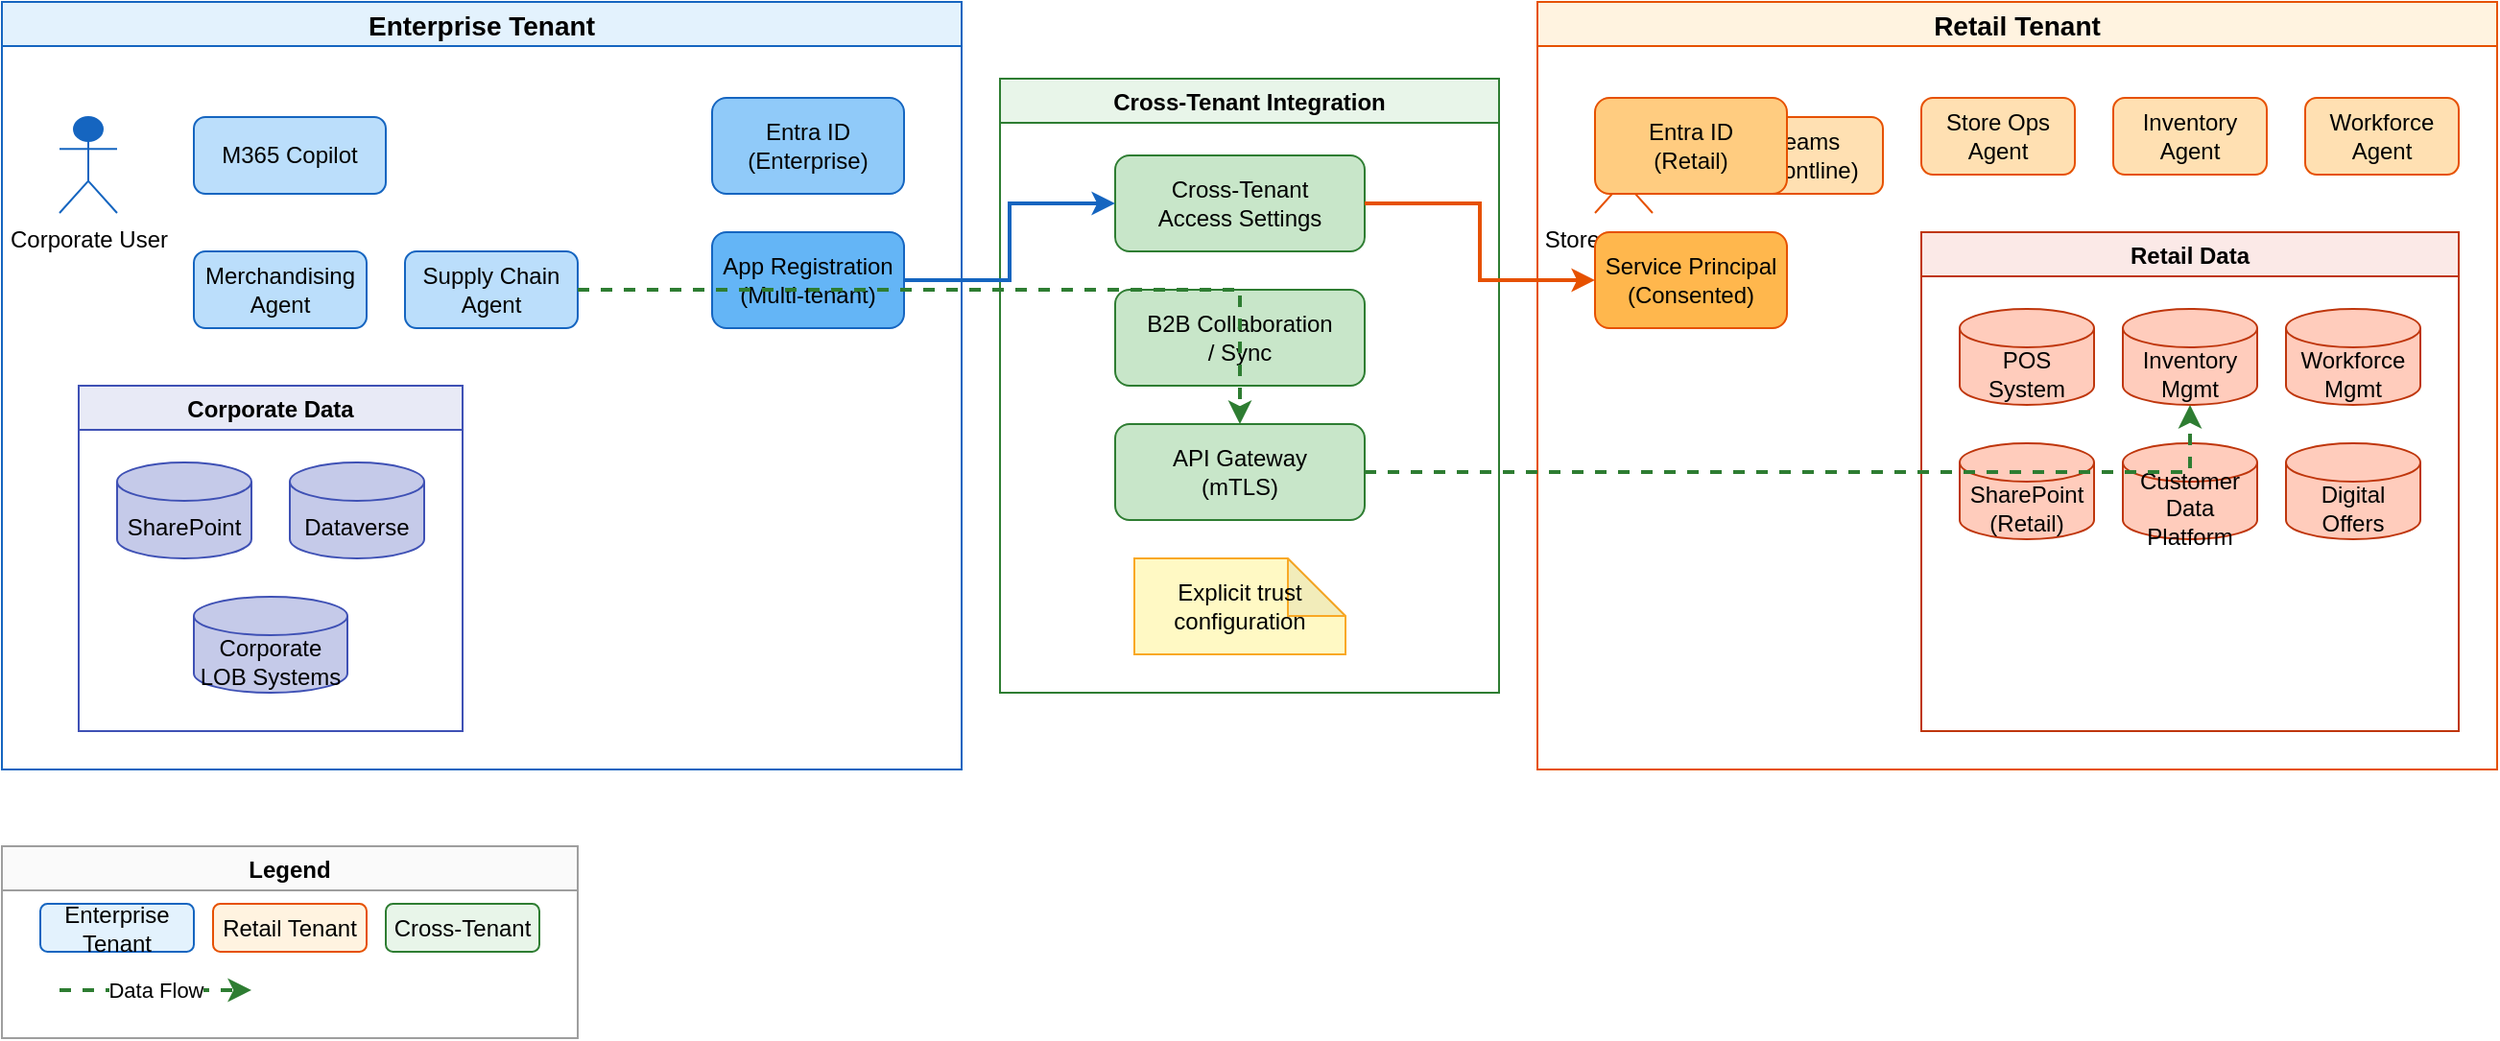
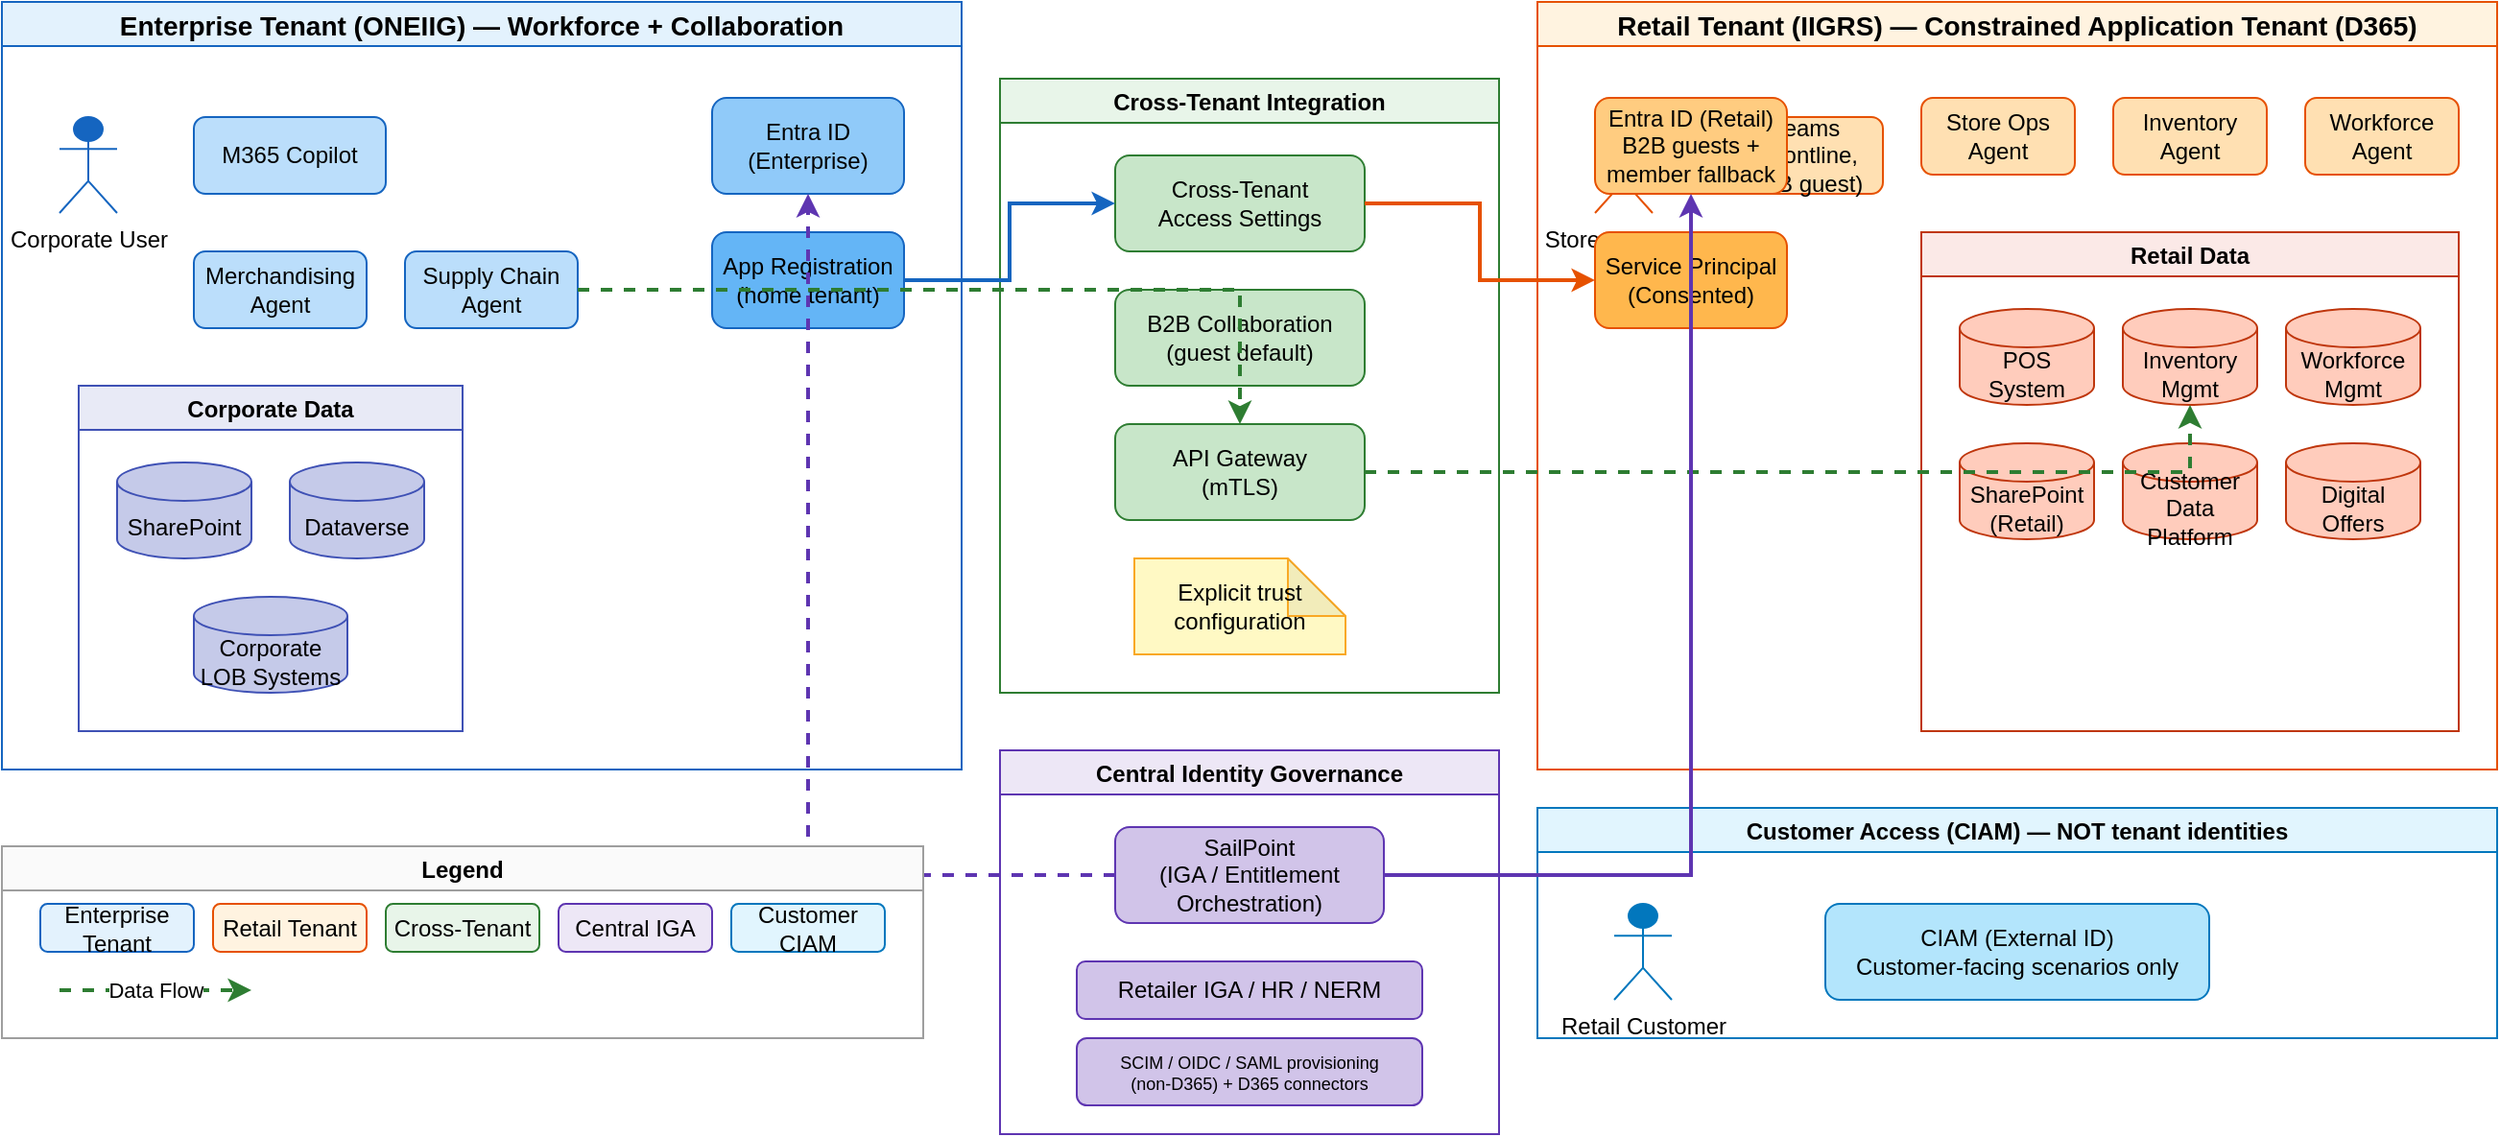
<?xml version="1.0" encoding="UTF-8"?>
<mxfile host="app.diagrams.net" modified="2026-03-24T01:30:00.000Z" agent="M365 Agents Architecture" version="21.0.0" type="device">
  <diagram name="Dual-Tenant Architecture" id="dual-tenant">
    <mxGraphModel dx="1200" dy="900" grid="1" gridSize="10" guides="1" tooltips="1" connect="1" arrows="1" fold="1" page="1" pageScale="1" pageWidth="1400" pageHeight="900" math="0" shadow="0">
      <root>
        <mxCell id="0" />
        <mxCell id="1" parent="0" />

        <!-- Enterprise Tenant -->
-         <mxCell id="enterprise-tenant" value="Enterprise Tenant" style="swimlane;fillColor=#E3F2FD;strokeColor=#1565C0;fontStyle=1;fontSize=14" vertex="1" parent="1">
+         <mxCell id="enterprise-tenant" value="Enterprise Tenant (ONEIIG) — Workforce + Collaboration" style="swimlane;fillColor=#E3F2FD;strokeColor=#1565C0;fontStyle=1;fontSize=14" vertex="1" parent="1">
          <mxGeometry x="40" y="40" width="500" height="400" as="geometry" />
        </mxCell>

        <!-- Corporate User -->
        <mxCell id="corp-user" value="Corporate User" style="shape=umlActor;verticalLabelPosition=bottom;verticalAlign=top;html=1;outlineConnect=0;fillColor=#1565C0;strokeColor=#1565C0" vertex="1" parent="enterprise-tenant">
          <mxGeometry x="30" y="60" width="30" height="50" as="geometry" />
        </mxCell>

        <!-- M365 Copilot -->
        <mxCell id="corp-copilot" value="M365 Copilot" style="rounded=1;whiteSpace=wrap;html=1;fillColor=#BBDEFB;strokeColor=#1565C0" vertex="1" parent="enterprise-tenant">
          <mxGeometry x="100" y="60" width="100" height="40" as="geometry" />
        </mxCell>

        <!-- Enterprise Identity -->
        <mxCell id="ent-identity" value="Entra ID&#xa;(Enterprise)" style="rounded=1;whiteSpace=wrap;html=1;fillColor=#90CAF9;strokeColor=#1565C0" vertex="1" parent="enterprise-tenant">
          <mxGeometry x="370" y="50" width="100" height="50" as="geometry" />
        </mxCell>

        <!-- App Registration -->
-         <mxCell id="app-reg" value="App Registration&#xa;(Multi-tenant)" style="rounded=1;whiteSpace=wrap;html=1;fillColor=#64B5F6;strokeColor=#1565C0" vertex="1" parent="enterprise-tenant">
+         <mxCell id="app-reg" value="App Registration&#xa;(home tenant)" style="rounded=1;whiteSpace=wrap;html=1;fillColor=#64B5F6;strokeColor=#1565C0" vertex="1" parent="enterprise-tenant">
          <mxGeometry x="370" y="120" width="100" height="50" as="geometry" />
        </mxCell>

        <!-- Corporate Agents -->
        <mxCell id="merch-agent" value="Merchandising&#xa;Agent" style="rounded=1;whiteSpace=wrap;html=1;fillColor=#BBDEFB;strokeColor=#1565C0" vertex="1" parent="enterprise-tenant">
          <mxGeometry x="100" y="130" width="90" height="40" as="geometry" />
        </mxCell>
        <mxCell id="supply-agent" value="Supply Chain&#xa;Agent" style="rounded=1;whiteSpace=wrap;html=1;fillColor=#BBDEFB;strokeColor=#1565C0" vertex="1" parent="enterprise-tenant">
          <mxGeometry x="210" y="130" width="90" height="40" as="geometry" />
        </mxCell>

        <!-- Corporate Data -->
        <mxCell id="corp-data-box" value="Corporate Data" style="swimlane;fillColor=#E8EAF6;strokeColor=#3F51B5" vertex="1" parent="enterprise-tenant">
          <mxGeometry x="40" y="200" width="200" height="180" as="geometry" />
        </mxCell>
        <mxCell id="corp-sp" value="SharePoint" style="shape=cylinder3;whiteSpace=wrap;html=1;boundedLbl=1;backgroundOutline=1;size=10;fillColor=#C5CAE9;strokeColor=#3F51B5" vertex="1" parent="corp-data-box">
          <mxGeometry x="20" y="40" width="70" height="50" as="geometry" />
        </mxCell>
        <mxCell id="corp-dv" value="Dataverse" style="shape=cylinder3;whiteSpace=wrap;html=1;boundedLbl=1;backgroundOutline=1;size=10;fillColor=#C5CAE9;strokeColor=#3F51B5" vertex="1" parent="corp-data-box">
          <mxGeometry x="110" y="40" width="70" height="50" as="geometry" />
        </mxCell>
        <mxCell id="corp-lob" value="Corporate&#xa;LOB Systems" style="shape=cylinder3;whiteSpace=wrap;html=1;boundedLbl=1;backgroundOutline=1;size=10;fillColor=#C5CAE9;strokeColor=#3F51B5" vertex="1" parent="corp-data-box">
          <mxGeometry x="60" y="110" width="80" height="50" as="geometry" />
        </mxCell>

        <!-- Retail Tenant -->
-         <mxCell id="retail-tenant" value="Retail Tenant" style="swimlane;fillColor=#FFF3E0;strokeColor=#E65100;fontStyle=1;fontSize=14" vertex="1" parent="1">
+         <mxCell id="retail-tenant" value="Retail Tenant (IIGRS) — Constrained Application Tenant (D365)" style="swimlane;fillColor=#FFF3E0;strokeColor=#E65100;fontStyle=1;fontSize=14" vertex="1" parent="1">
          <mxGeometry x="840" y="40" width="500" height="400" as="geometry" />
        </mxCell>

        <!-- Store Associate -->
        <mxCell id="store-user" value="Store Associate" style="shape=umlActor;verticalLabelPosition=bottom;verticalAlign=top;html=1;outlineConnect=0;fillColor=#E65100;strokeColor=#E65100" vertex="1" parent="retail-tenant">
          <mxGeometry x="30" y="60" width="30" height="50" as="geometry" />
        </mxCell>

        <!-- Teams Frontline -->
-         <mxCell id="retail-teams" value="Teams&#xa;(Frontline)" style="rounded=1;whiteSpace=wrap;html=1;fillColor=#FFE0B2;strokeColor=#E65100" vertex="1" parent="retail-tenant">
+         <mxCell id="retail-teams" value="Teams&#xa;(Frontline, B2B guest)" style="rounded=1;whiteSpace=wrap;html=1;fillColor=#FFE0B2;strokeColor=#E65100" vertex="1" parent="retail-tenant">
          <mxGeometry x="100" y="60" width="80" height="40" as="geometry" />
        </mxCell>

        <!-- Retail Identity -->
-         <mxCell id="ret-identity" value="Entra ID&#xa;(Retail)" style="rounded=1;whiteSpace=wrap;html=1;fillColor=#FFCC80;strokeColor=#E65100" vertex="1" parent="retail-tenant">
+         <mxCell id="ret-identity" value="Entra ID (Retail)&#xa;B2B guests + member fallback" style="rounded=1;whiteSpace=wrap;html=1;fillColor=#FFCC80;strokeColor=#E65100" vertex="1" parent="retail-tenant">
          <mxGeometry x="30" y="50" width="100" height="50" as="geometry" />
        </mxCell>

        <!-- Service Principal -->
        <mxCell id="svc-principal" value="Service Principal&#xa;(Consented)" style="rounded=1;whiteSpace=wrap;html=1;fillColor=#FFB74D;strokeColor=#E65100" vertex="1" parent="retail-tenant">
          <mxGeometry x="30" y="120" width="100" height="50" as="geometry" />
        </mxCell>

        <!-- Retail Agents -->
        <mxCell id="store-agent" value="Store Ops&#xa;Agent" style="rounded=1;whiteSpace=wrap;html=1;fillColor=#FFE0B2;strokeColor=#E65100" vertex="1" parent="retail-tenant">
          <mxGeometry x="200" y="50" width="80" height="40" as="geometry" />
        </mxCell>
        <mxCell id="inv-agent" value="Inventory&#xa;Agent" style="rounded=1;whiteSpace=wrap;html=1;fillColor=#FFE0B2;strokeColor=#E65100" vertex="1" parent="retail-tenant">
          <mxGeometry x="300" y="50" width="80" height="40" as="geometry" />
        </mxCell>
        <mxCell id="wfm-agent" value="Workforce&#xa;Agent" style="rounded=1;whiteSpace=wrap;html=1;fillColor=#FFE0B2;strokeColor=#E65100" vertex="1" parent="retail-tenant">
          <mxGeometry x="400" y="50" width="80" height="40" as="geometry" />
        </mxCell>

        <!-- Retail Data -->
        <mxCell id="retail-data-box" value="Retail Data" style="swimlane;fillColor=#FBE9E7;strokeColor=#BF360C" vertex="1" parent="retail-tenant">
          <mxGeometry x="200" y="120" width="280" height="260" as="geometry" />
        </mxCell>
        <mxCell id="pos" value="POS&#xa;System" style="shape=cylinder3;whiteSpace=wrap;html=1;boundedLbl=1;backgroundOutline=1;size=10;fillColor=#FFCCBC;strokeColor=#BF360C" vertex="1" parent="retail-data-box">
          <mxGeometry x="20" y="40" width="70" height="50" as="geometry" />
        </mxCell>
        <mxCell id="inventory" value="Inventory&#xa;Mgmt" style="shape=cylinder3;whiteSpace=wrap;html=1;boundedLbl=1;backgroundOutline=1;size=10;fillColor=#FFCCBC;strokeColor=#BF360C" vertex="1" parent="retail-data-box">
          <mxGeometry x="105" y="40" width="70" height="50" as="geometry" />
        </mxCell>
        <mxCell id="wfm" value="Workforce&#xa;Mgmt" style="shape=cylinder3;whiteSpace=wrap;html=1;boundedLbl=1;backgroundOutline=1;size=10;fillColor=#FFCCBC;strokeColor=#BF360C" vertex="1" parent="retail-data-box">
          <mxGeometry x="190" y="40" width="70" height="50" as="geometry" />
        </mxCell>
        <mxCell id="retail-sp" value="SharePoint&#xa;(Retail)" style="shape=cylinder3;whiteSpace=wrap;html=1;boundedLbl=1;backgroundOutline=1;size=10;fillColor=#FFCCBC;strokeColor=#BF360C" vertex="1" parent="retail-data-box">
          <mxGeometry x="20" y="110" width="70" height="50" as="geometry" />
        </mxCell>
        <mxCell id="cdp" value="Customer&#xa;Data Platform" style="shape=cylinder3;whiteSpace=wrap;html=1;boundedLbl=1;backgroundOutline=1;size=10;fillColor=#FFCCBC;strokeColor=#BF360C" vertex="1" parent="retail-data-box">
          <mxGeometry x="105" y="110" width="70" height="50" as="geometry" />
        </mxCell>
        <mxCell id="offers" value="Digital&#xa;Offers" style="shape=cylinder3;whiteSpace=wrap;html=1;boundedLbl=1;backgroundOutline=1;size=10;fillColor=#FFCCBC;strokeColor=#BF360C" vertex="1" parent="retail-data-box">
          <mxGeometry x="190" y="110" width="70" height="50" as="geometry" />
        </mxCell>

        <!-- Cross-Tenant Integration Zone -->
        <mxCell id="cross-tenant" value="Cross-Tenant Integration" style="swimlane;fillColor=#E8F5E9;strokeColor=#2E7D32;fontStyle=1;fontSize=12" vertex="1" parent="1">
          <mxGeometry x="560" y="80" width="260" height="320" as="geometry" />
        </mxCell>
        <mxCell id="ctas" value="Cross-Tenant&#xa;Access Settings" style="rounded=1;whiteSpace=wrap;html=1;fillColor=#C8E6C9;strokeColor=#2E7D32" vertex="1" parent="cross-tenant">
          <mxGeometry x="60" y="40" width="130" height="50" as="geometry" />
        </mxCell>
-         <mxCell id="b2b" value="B2B Collaboration&#xa;/ Sync" style="rounded=1;whiteSpace=wrap;html=1;fillColor=#C8E6C9;strokeColor=#2E7D32" vertex="1" parent="cross-tenant">
+         <mxCell id="b2b" value="B2B Collaboration&#xa;(guest default)" style="rounded=1;whiteSpace=wrap;html=1;fillColor=#C8E6C9;strokeColor=#2E7D32" vertex="1" parent="cross-tenant">
          <mxGeometry x="60" y="110" width="130" height="50" as="geometry" />
        </mxCell>
        <mxCell id="api-gw" value="API Gateway&#xa;(mTLS)" style="rounded=1;whiteSpace=wrap;html=1;fillColor=#C8E6C9;strokeColor=#2E7D32" vertex="1" parent="cross-tenant">
          <mxGeometry x="60" y="180" width="130" height="50" as="geometry" />
        </mxCell>

        <!-- Notes -->
        <mxCell id="note1" value="Explicit trust&#xa;configuration" style="shape=note;whiteSpace=wrap;html=1;backgroundOutline=1;darkOpacity=0.05;fillColor=#FFF9C4;strokeColor=#F9A825" vertex="1" parent="cross-tenant">
          <mxGeometry x="70" y="250" width="110" height="50" as="geometry" />
        </mxCell>

        <!-- Connections -->
        <mxCell id="conn1" style="edgeStyle=orthogonalEdgeStyle;rounded=0;orthogonalLoop=1;jettySize=auto;html=1;strokeColor=#1565C0;strokeWidth=2" edge="1" parent="1" source="app-reg" target="ctas">
          <mxGeometry relative="1" as="geometry" />
        </mxCell>
        <mxCell id="conn2" style="edgeStyle=orthogonalEdgeStyle;rounded=0;orthogonalLoop=1;jettySize=auto;html=1;strokeColor=#E65100;strokeWidth=2" edge="1" parent="1" source="ctas" target="svc-principal">
          <mxGeometry relative="1" as="geometry" />
        </mxCell>
        <mxCell id="conn3" style="edgeStyle=orthogonalEdgeStyle;rounded=0;orthogonalLoop=1;jettySize=auto;html=1;strokeColor=#2E7D32;strokeWidth=2;dashed=1" edge="1" parent="1" source="supply-agent" target="api-gw">
          <mxGeometry relative="1" as="geometry" />
        </mxCell>
        <mxCell id="conn4" style="edgeStyle=orthogonalEdgeStyle;rounded=0;orthogonalLoop=1;jettySize=auto;html=1;strokeColor=#2E7D32;strokeWidth=2;dashed=1" edge="1" parent="1" source="api-gw" target="inventory">
          <mxGeometry relative="1" as="geometry" />
        </mxCell>

+         <!-- Central Identity Governance (SailPoint) -->
+         <mxCell id="iga-zone" value="Central Identity Governance" style="swimlane;fillColor=#EDE7F6;strokeColor=#5E35B1;fontStyle=1;fontSize=12" vertex="1" parent="1">
+           <mxGeometry x="560" y="430" width="260" height="200" as="geometry" />
+         </mxCell>
+         <mxCell id="sailpoint" value="SailPoint&#xa;(IGA / Entitlement&#xa;Orchestration)" style="rounded=1;whiteSpace=wrap;html=1;fillColor=#D1C4E9;strokeColor=#5E35B1" vertex="1" parent="iga-zone">
+           <mxGeometry x="60" y="40" width="140" height="50" as="geometry" />
+         </mxCell>
+         <mxCell id="retailer-src" value="Retailer IGA / HR / NERM" style="rounded=1;whiteSpace=wrap;html=1;fillColor=#D1C4E9;strokeColor=#5E35B1" vertex="1" parent="iga-zone">
+           <mxGeometry x="40" y="110" width="180" height="30" as="geometry" />
+         </mxCell>
+         <mxCell id="scim" value="SCIM / OIDC / SAML provisioning&#xa;(non-D365) + D365 connectors" style="rounded=1;whiteSpace=wrap;html=1;fillColor=#D1C4E9;strokeColor=#5E35B1;fontSize=9" vertex="1" parent="iga-zone">
+           <mxGeometry x="40" y="150" width="180" height="35" as="geometry" />
+         </mxCell>
+ 
+         <!-- Customer CIAM (separate from coworker identity) -->
+         <mxCell id="ciam-zone" value="Customer Access (CIAM) — NOT tenant identities" style="swimlane;fillColor=#E1F5FE;strokeColor=#0277BD;fontStyle=1;fontSize=12" vertex="1" parent="1">
+           <mxGeometry x="840" y="460" width="500" height="120" as="geometry" />
+         </mxCell>
+         <mxCell id="customer" value="Retail Customer" style="shape=umlActor;verticalLabelPosition=bottom;verticalAlign=top;html=1;outlineConnect=0;fillColor=#0277BD;strokeColor=#0277BD" vertex="1" parent="ciam-zone">
+           <mxGeometry x="40" y="50" width="30" height="50" as="geometry" />
+         </mxCell>
+         <mxCell id="ciam" value="CIAM (External ID)&#xa;Customer-facing scenarios only" style="rounded=1;whiteSpace=wrap;html=1;fillColor=#B3E5FC;strokeColor=#0277BD" vertex="1" parent="ciam-zone">
+           <mxGeometry x="150" y="50" width="200" height="50" as="geometry" />
+         </mxCell>
+ 
+         <!-- IGA / CIAM connectors -->
+         <mxCell id="conn-iga1" style="edgeStyle=orthogonalEdgeStyle;rounded=0;html=1;strokeColor=#5E35B1;strokeWidth=2" edge="1" parent="1" source="sailpoint" target="ret-identity">
+           <mxGeometry relative="1" as="geometry" />
+         </mxCell>
+         <mxCell id="conn-iga2" style="edgeStyle=orthogonalEdgeStyle;rounded=0;html=1;strokeColor=#5E35B1;strokeWidth=2;dashed=1" edge="1" parent="1" source="sailpoint" target="ent-identity">
+           <mxGeometry relative="1" as="geometry" />
+         </mxCell>
+ 
        <!-- Legend -->
        <mxCell id="legend" value="Legend" style="swimlane;fillColor=#FAFAFA;strokeColor=#9E9E9E" vertex="1" parent="1">
-           <mxGeometry x="40" y="480" width="300" height="100" as="geometry" />
+           <mxGeometry x="40" y="480" width="480" height="100" as="geometry" />
        </mxCell>
        <mxCell id="leg1" value="Enterprise Tenant" style="rounded=1;whiteSpace=wrap;html=1;fillColor=#E3F2FD;strokeColor=#1565C0" vertex="1" parent="legend">
          <mxGeometry x="20" y="30" width="80" height="25" as="geometry" />
        </mxCell>
        <mxCell id="leg2" value="Retail Tenant" style="rounded=1;whiteSpace=wrap;html=1;fillColor=#FFF3E0;strokeColor=#E65100" vertex="1" parent="legend">
          <mxGeometry x="110" y="30" width="80" height="25" as="geometry" />
        </mxCell>
        <mxCell id="leg3" value="Cross-Tenant" style="rounded=1;whiteSpace=wrap;html=1;fillColor=#E8F5E9;strokeColor=#2E7D32" vertex="1" parent="legend">
          <mxGeometry x="200" y="30" width="80" height="25" as="geometry" />
+         </mxCell>
+         <mxCell id="leg5" value="Central IGA" style="rounded=1;whiteSpace=wrap;html=1;fillColor=#EDE7F6;strokeColor=#5E35B1" vertex="1" parent="legend">
+           <mxGeometry x="290" y="30" width="80" height="25" as="geometry" />
+         </mxCell>
+         <mxCell id="leg6" value="Customer CIAM" style="rounded=1;whiteSpace=wrap;html=1;fillColor=#E1F5FE;strokeColor=#0277BD" vertex="1" parent="legend">
+           <mxGeometry x="380" y="30" width="80" height="25" as="geometry" />
        </mxCell>
        <mxCell id="leg4" value="Data Flow" style="endArrow=classic;html=1;strokeColor=#2E7D32;strokeWidth=2;dashed=1" edge="1" parent="legend">
          <mxGeometry width="50" height="50" relative="1" as="geometry">
            <mxPoint x="30" y="75" as="sourcePoint" />
            <mxPoint x="130" y="75" as="targetPoint" />
          </mxGeometry>
        </mxCell>

      </root>
    </mxGraphModel>
  </diagram>
</mxfile>
